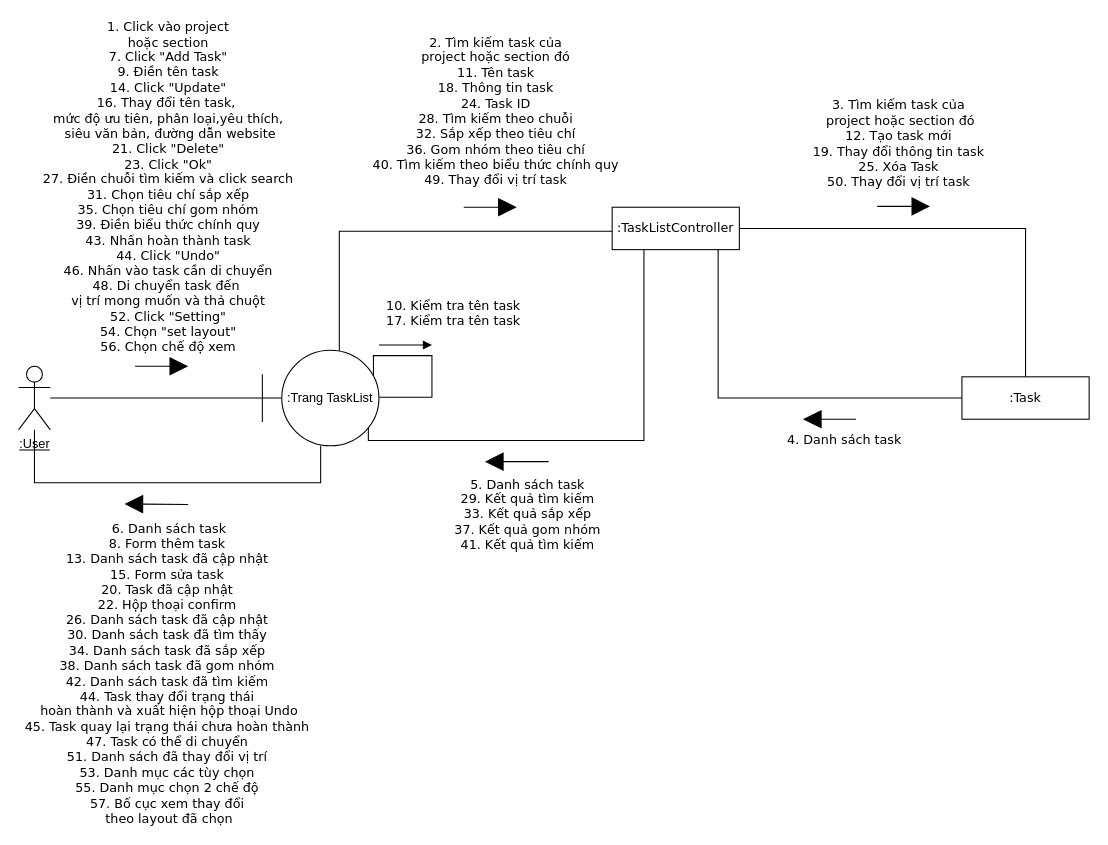
Above: ToDoApp-Doc/Document/Diagram/Collaboration Diagram/ManagementTask/ManagementTask Collaboration Diagram.drawio in Merevoli-DatLuu/To-Do-App (draw.io), before the change. Source tidied: cells renumbered, new cells numbered last; positions are measured from the earlier drawing's top-left corner, leaving out a move shared by most shapes. Both pictures are drawn from the tidied source at 106%, with x=0, y=0 at pixel (18, 206).
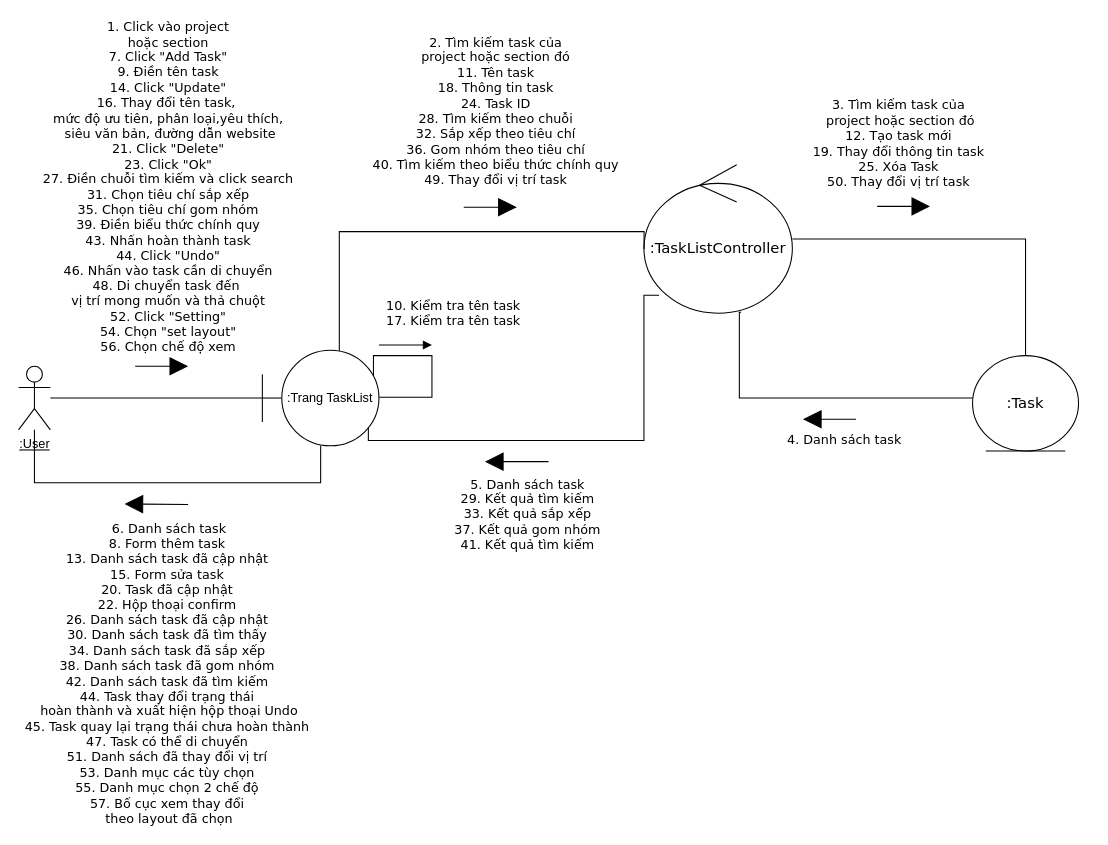
After the change.

Commit message (it also covers changes not shown here):
[Document, Modified] : ManagementTask & MyMusic Collaboration Diagram

The change refers to these unchanged cells:
```xml
<mxCell id="9" value="&lt;span&gt;:Trang TaskList&lt;/span&gt;" style="shape=umlBoundary;whiteSpace=wrap;html=1;fontSize=12;" parent="1" vertex="1">
  <mxGeometry x="230" y="136" width="110" height="90" as="geometry" />
</mxCell>
```

What changed in the source:
```diff
@@
-    <mxCell id="5" style="edgeStyle=orthogonalEdgeStyle;rounded=0;jettySize=auto;html=1;entryX=0.882;entryY=0.836;entryDx=0;entryDy=0;endArrow=none;endFill=0;fontSize=12;entryPerimeter=0;" parent="1" edge="1" source="6" target="9">
+    <mxCell id="5" style="edgeStyle=orthogonalEdgeStyle;rounded=0;jettySize=auto;html=1;entryX=0.882;entryY=0.836;entryDx=0;entryDy=0;endArrow=none;endFill=0;fontSize=12;entryPerimeter=0;exitX=0.102;exitY=0.879;exitDx=0;exitDy=0;exitPerimeter=0;" parent="1" edge="1" source="6" target="9">
       <mxGeometry relative="1" as="geometry">
         <Array as="points">
+          <mxPoint x="590" y="84" />
           <mxPoint x="590" y="221" />
           <mxPoint x="330" y="221" />
           <mxPoint x="330" y="204" />
           <mxPoint x="327" y="204" />
         </Array>
       </mxGeometry>
     </mxCell>
-    <mxCell id="6" value="&lt;span style=&quot;font-family: &amp;#34;verdana&amp;#34;&quot;&gt;:TaskListController&lt;/span&gt;" style="rounded=0;whiteSpace=wrap;html=1;fontSize=12;" parent="1" vertex="1">
-      <mxGeometry x="560" y="1" width="120" height="40" as="geometry" />
+    <mxCell id="6" value="&lt;span style=&quot;font-family: &amp;#34;verdana&amp;#34;&quot;&gt;:TaskListController&lt;/span&gt;" style="ellipse;shape=umlControl;whiteSpace=wrap;html=1;fontSize=14;fontFamily=Verdana;" parent="1" vertex="1">
+      <mxGeometry x="590" y="-39" width="140" height="140" as="geometry" />
     </mxCell>
@@
-    <mxCell id="10" style="edgeStyle=orthogonalEdgeStyle;rounded=0;jettySize=auto;html=1;endArrow=none;endFill=0;fontSize=12;" parent="1" edge="1" source="11">
+    <mxCell id="10" style="edgeStyle=orthogonalEdgeStyle;rounded=0;jettySize=auto;html=1;endArrow=none;endFill=0;fontSize=12;entryX=0.655;entryY=0.993;entryDx=0;entryDy=0;entryPerimeter=0;" parent="1" edge="1" source="11" target="6">
       <mxGeometry relative="1" as="geometry">
-        <mxPoint x="660" y="51" as="targetPoint" />
         <Array as="points">
-          <mxPoint x="660" y="181" />
-          <mxPoint x="660" y="41" />
+          <mxPoint x="680" y="181" />
+          <mxPoint x="680" y="100" />
         </Array>
       </mxGeometry>
     </mxCell>
-    <mxCell id="11" value="&lt;span style=&quot;font-family: &amp;#34;verdana&amp;#34;&quot;&gt;:Task&lt;/span&gt;" style="rounded=0;whiteSpace=wrap;html=1;fontSize=12;" parent="1" vertex="1">
-      <mxGeometry x="890" y="161" width="120" height="40" as="geometry" />
+    <mxCell id="11" value="&lt;span style=&quot;font-family: &amp;#34;verdana&amp;#34;&quot;&gt;:Task&lt;/span&gt;" style="ellipse;shape=umlEntity;whiteSpace=wrap;html=1;fontSize=14;fontFamily=Verdana;" parent="1" vertex="1">
+      <mxGeometry x="900" y="141" width="100" height="90" as="geometry" />
     </mxCell>
```
